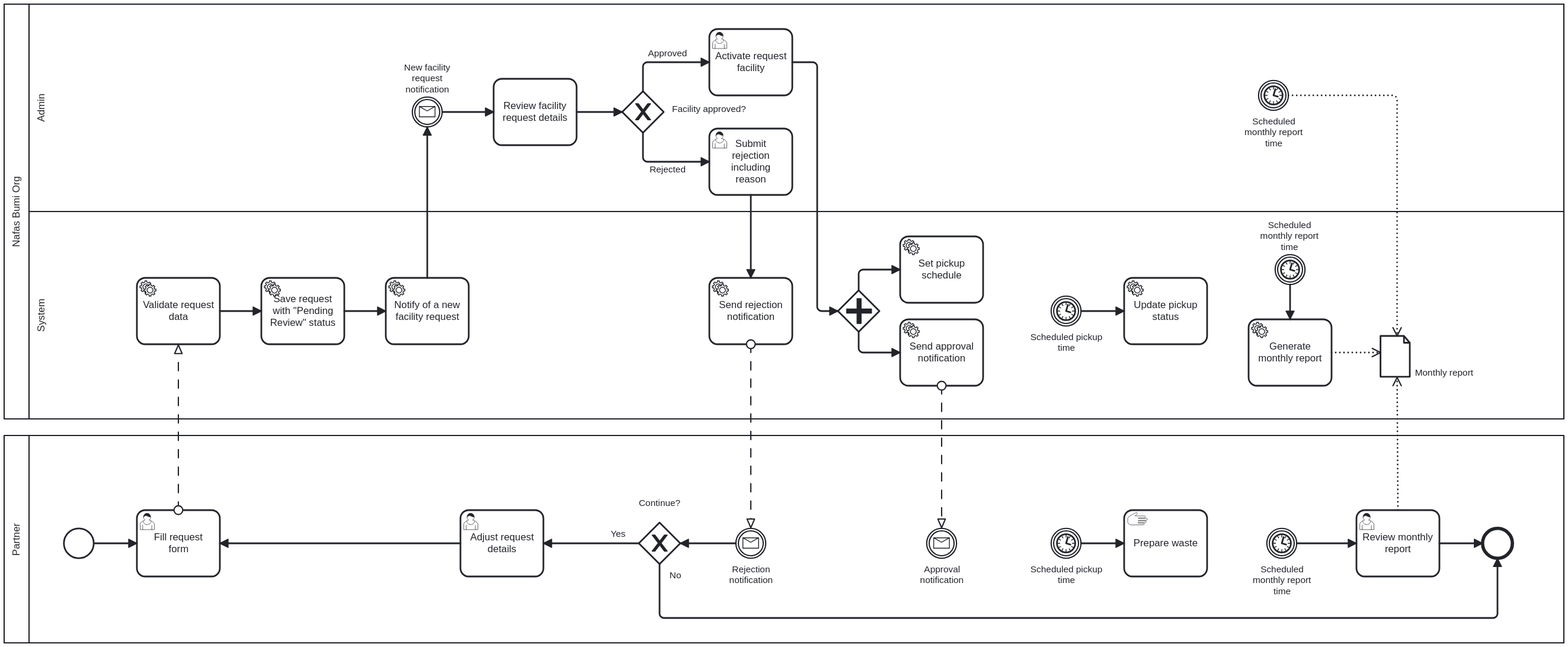
gede-wahyu/nafas-bumi keeps this BPMN diagram as docs/assets/bpmn/collect-facility-service.svg. Above is the earlier version. Its source is kept beside it as docs/assets/bpmn/collect-facility-service.bpmn. Ids are renumbered.
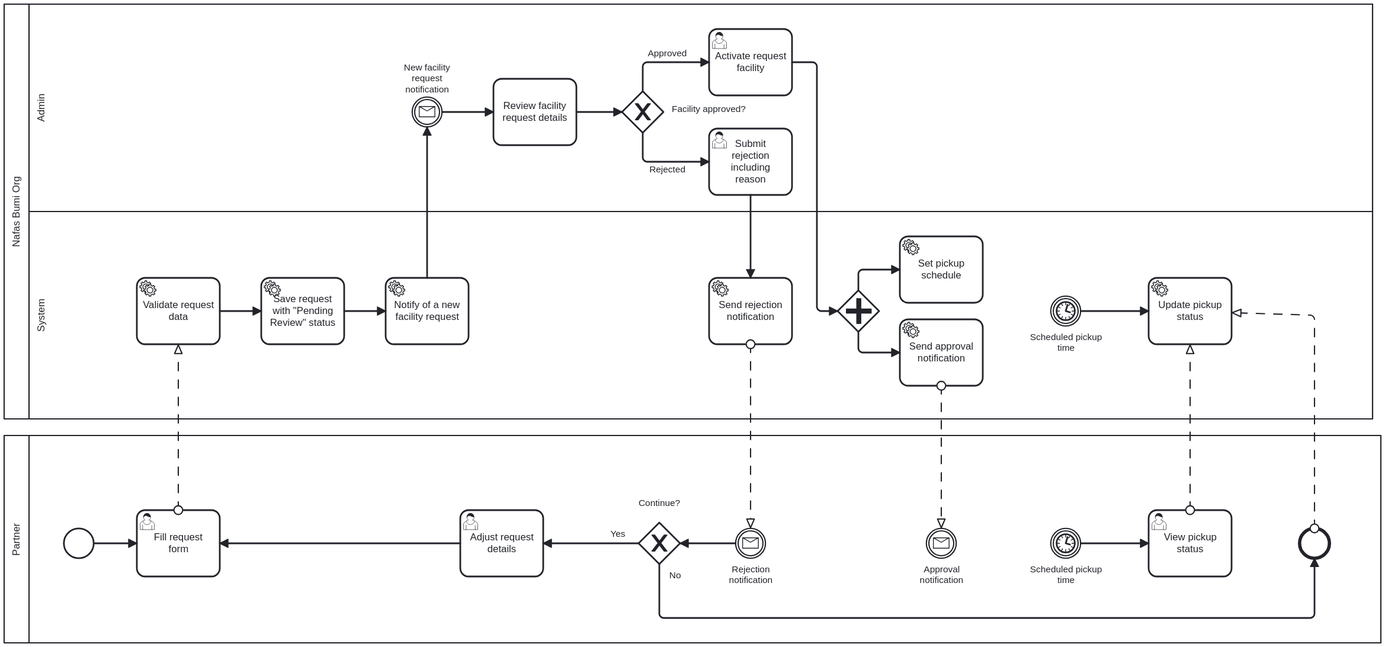
The same file after the commit.

Commit message:
docs: Add collect facility service BPMN diagram.

Change to the diagram source:
```diff
@@ -5,6 +5,8 @@
     <bpmn:messageFlow id="Flow_n7" sourceRef="Activity_n8" targetRef="Activity_n9" />
     <bpmn:messageFlow id="Flow_n10" sourceRef="Activity_n11" targetRef="Event_n12" />
     <bpmn:messageFlow id="Flow_n13" sourceRef="Activity_n14" targetRef="Event_n15" />
+    <bpmn:messageFlow id="Flow_n79" sourceRef="Activity_n63" targetRef="Activity_n29" />
+    <bpmn:messageFlow id="Flow_n80" sourceRef="Event_n65" targetRef="Activity_n29" />
   </bpmn:collaboration>
   <bpmn:process id="Process_n4" isExecutable="false">
     <bpmn:laneSet id="LaneSet_n16">
@@ -14,7 +16,6 @@
         <bpmn:flowNodeRef>Gateway_n20</bpmn:flowNodeRef>
         <bpmn:flowNodeRef>Activity_n21</bpmn:flowNodeRef>
         <bpmn:flowNodeRef>Activity_n22</bpmn:flowNodeRef>
-        <bpmn:flowNodeRef>Event_n23</bpmn:flowNodeRef>
       </bpmn:lane>
       <bpmn:lane id="Lane_n24" name="System">
         <bpmn:flowNodeRef>Activity_n9</bpmn:flowNodeRef>
@@ -24,10 +25,8 @@
         <bpmn:flowNodeRef>Gateway_n27</bpmn:flowNodeRef>
         <bpmn:flowNodeRef>Activity_n28</bpmn:flowNodeRef>
         <bpmn:flowNodeRef>Activity_n14</bpmn:flowNodeRef>
+        <bpmn:flowNodeRef>Event_n30</bpmn:flowNodeRef>
         <bpmn:flowNodeRef>Activity_n29</bpmn:flowNodeRef>
-        <bpmn:flowNodeRef>Event_n30</bpmn:flowNodeRef>
-        <bpmn:flowNodeRef>Activity_n31</bpmn:flowNodeRef>
-        <bpmn:flowNodeRef>Event_n32</bpmn:flowNodeRef>
       </bpmn:lane>
     </bpmn:laneSet>
     <bpmn:sequenceFlow id="Flow_n33" sourceRef="Activity_n9" targetRef="Activity_n25" />
@@ -89,32 +88,13 @@
       <bpmn:incoming>Flow_n44</bpmn:incoming>
     </bpmn:serviceTask>
     <bpmn:intermediateCatchEvent id="Event_n30" name="Scheduled pickup time">
-      <bpmn:outgoing>Flow_n45</bpmn:outgoing>
+      <bpmn:outgoing>Flow_n81</bpmn:outgoing>
       <bpmn:timerEventDefinition id="TimerEventDefinition_n46" />
     </bpmn:intermediateCatchEvent>
-    <bpmn:sequenceFlow id="Flow_n45" sourceRef="Event_n30" targetRef="Activity_n29" />
+    <bpmn:sequenceFlow id="Flow_n81" sourceRef="Event_n30" targetRef="Activity_n29" />
     <bpmn:serviceTask id="Activity_n29" name="Update pickup status">
-      <bpmn:incoming>Flow_n45</bpmn:incoming>
+      <bpmn:incoming>Flow_n81</bpmn:incoming>
     </bpmn:serviceTask>
-    <bpmn:sequenceFlow id="Flow_n47" sourceRef="Event_n32" targetRef="Activity_n31" />
-    <bpmn:intermediateCatchEvent id="Event_n23" name="Scheduled monthly report time">
-      <bpmn:dataOutputAssociation id="DataOutputAssociation_n48">
-        <bpmn:targetRef>DataObjectReference_n49</bpmn:targetRef>
-      </bpmn:dataOutputAssociation>
-      <bpmn:timerEventDefinition id="TimerEventDefinition_n50" />
-    </bpmn:intermediateCatchEvent>
-    <bpmn:serviceTask id="Activity_n31" name="Generate monthly report">
-      <bpmn:incoming>Flow_n47</bpmn:incoming>
-      <bpmn:dataOutputAssociation id="DataOutputAssociation_n51">
-        <bpmn:targetRef>DataObjectReference_n49</bpmn:targetRef>
-      </bpmn:dataOutputAssociation>
-    </bpmn:serviceTask>
-    <bpmn:intermediateCatchEvent id="Event_n32" name="Scheduled monthly report time">
-      <bpmn:outgoing>Flow_n47</bpmn:outgoing>
-      <bpmn:timerEventDefinition id="TimerEventDefinition_n52" />
-    </bpmn:intermediateCatchEvent>
-    <bpmn:dataObjectReference id="DataObjectReference_n49" name="Monthly report" dataObjectRef="DataObject_n53" />
-    <bpmn:dataObject id="DataObject_n53" />
   </bpmn:process>
   <bpmn:process id="Process_n6">
     <bpmn:startEvent id="Event_n54">
@@ -133,24 +113,6 @@
     <bpmn:intermediateCatchEvent id="Event_n15" name="Approval notification">
       <bpmn:messageEventDefinition id="MessageEventDefinition_n60" />
     </bpmn:intermediateCatchEvent>
-    <bpmn:sequenceFlow id="Flow_n61" sourceRef="Event_n62" targetRef="Activity_n63" />
-    <bpmn:intermediateCatchEvent id="Event_n62" name="Scheduled pickup time">
-      <bpmn:outgoing>Flow_n61</bpmn:outgoing>
-      <bpmn:timerEventDefinition id="TimerEventDefinition_n64" />
-    </bpmn:intermediateCatchEvent>
-    <bpmn:manualTask id="Activity_n63" name="Prepare waste">
-      <bpmn:incoming>Flow_n61</bpmn:incoming>
-    </bpmn:manualTask>
-    <bpmn:endEvent id="Event_n65">
-      <bpmn:incoming>Flow_n66</bpmn:incoming>
-      <bpmn:incoming>Flow_n67</bpmn:incoming>
-    </bpmn:endEvent>
-    <bpmn:sequenceFlow id="Flow_n66" sourceRef="Activity_n68" targetRef="Event_n65" />
-    <bpmn:intermediateCatchEvent id="Event_n69" name="Scheduled monthly report time">
-      <bpmn:outgoing>Flow_n70</bpmn:outgoing>
-      <bpmn:timerEventDefinition id="TimerEventDefinition_n71" />
-    </bpmn:intermediateCatchEvent>
-    <bpmn:sequenceFlow id="Flow_n70" sourceRef="Event_n69" targetRef="Activity_n68" />
     <bpmn:sequenceFlow id="Flow_n67" name="No" sourceRef="Gateway_n72" targetRef="Event_n65" />
     <bpmn:sequenceFlow id="Flow_n57" sourceRef="Event_n12" targetRef="Gateway_n72" />
     <bpmn:userTask id="Activity_n59" name="Adjust request details">
@@ -163,26 +125,30 @@
       <bpmn:outgoing>Flow_n67</bpmn:outgoing>
       <bpmn:outgoing>Flow_n73</bpmn:outgoing>
     </bpmn:exclusiveGateway>
-    <bpmn:userTask id="Activity_n68" name="Review monthly report">
-      <bpmn:incoming>Flow_n70</bpmn:incoming>
-      <bpmn:outgoing>Flow_n66</bpmn:outgoing>
-      <bpmn:dataOutputAssociation id="DataOutputAssociation_n74">
-        <bpmn:targetRef>DataObjectReference_n49</bpmn:targetRef>
-      </bpmn:dataOutputAssociation>
+    <bpmn:intermediateCatchEvent id="Event_n82" name="Scheduled pickup time">
+      <bpmn:outgoing>Flow_n83</bpmn:outgoing>
+      <bpmn:timerEventDefinition id="TimerEventDefinition_n84" />
+    </bpmn:intermediateCatchEvent>
+    <bpmn:sequenceFlow id="Flow_n83" sourceRef="Event_n82" targetRef="Activity_n63" />
+    <bpmn:userTask id="Activity_n63" name="View pickup status">
+      <bpmn:incoming>Flow_n83</bpmn:incoming>
     </bpmn:userTask>
+    <bpmn:endEvent id="Event_n65">
+      <bpmn:incoming>Flow_n67</bpmn:incoming>
+    </bpmn:endEvent>
   </bpmn:process>
   <bpmndi:BPMNDiagram id="BPMNDiagram_1">
     <bpmndi:BPMNPlane id="BPMNPlane_1" bpmnElement="Collaboration_n2">
       <bpmndi:BPMNShape id="Participant_n3_di" bpmnElement="Participant_n3" isHorizontal="true">
-        <dc:Bounds x="160" y="80" width="1880" height="500" />
+        <dc:Bounds x="160" y="80" width="1650" height="500" />
+        <bpmndi:BPMNLabel />
+      </bpmndi:BPMNShape>
+      <bpmndi:BPMNShape id="Lane_n24_di" bpmnElement="Lane_n24" isHorizontal="true">
+        <dc:Bounds x="190" y="330" width="1620" height="250" />
         <bpmndi:BPMNLabel />
       </bpmndi:BPMNShape>
       <bpmndi:BPMNShape id="Lane_n17_di" bpmnElement="Lane_n17" isHorizontal="true">
-        <dc:Bounds x="190" y="80" width="1850" height="250" />
-        <bpmndi:BPMNLabel />
-      </bpmndi:BPMNShape>
-      <bpmndi:BPMNShape id="Lane_n24_di" bpmnElement="Lane_n24" isHorizontal="true">
-        <dc:Bounds x="190" y="330" width="1850" height="250" />
+        <dc:Bounds x="190" y="80" width="1620" height="250" />
         <bpmndi:BPMNLabel />
       </bpmndi:BPMNShape>
       <bpmndi:BPMNShape id="Activity_03optr0_di" bpmnElement="Activity_n9">
@@ -234,28 +200,7 @@
         </bpmndi:BPMNLabel>
       </bpmndi:BPMNShape>
       <bpmndi:BPMNShape id="Activity_0dk76d5_di" bpmnElement="Activity_n29">
-        <dc:Bounds x="1510" y="410" width="100" height="80" />
-      </bpmndi:BPMNShape>
-      <bpmndi:BPMNShape id="BPMNShape_n75" bpmnElement="Event_n23">
-        <dc:Bounds x="1672" y="172" width="36" height="36" />
-        <bpmndi:BPMNLabel>
-          <dc:Bounds x="1655" y="215" width="71" height="40" />
-        </bpmndi:BPMNLabel>
-      </bpmndi:BPMNShape>
-      <bpmndi:BPMNShape id="Activity_1cgrfkn_di" bpmnElement="Activity_n31">
-        <dc:Bounds x="1660" y="460" width="100" height="80" />
-      </bpmndi:BPMNShape>
-      <bpmndi:BPMNShape id="BPMNShape_n76" bpmnElement="Event_n32">
-        <dc:Bounds x="1692" y="382" width="36" height="36" />
-        <bpmndi:BPMNLabel>
-          <dc:Bounds x="1674" y="340" width="71" height="40" />
-        </bpmndi:BPMNLabel>
-      </bpmndi:BPMNShape>
-      <bpmndi:BPMNShape id="DataObjectReference_n49_di" bpmnElement="DataObjectReference_n49">
-        <dc:Bounds x="1819" y="480" width="36" height="50" />
-        <bpmndi:BPMNLabel>
-          <dc:Bounds x="1860.5" y="518" width="71" height="14" />
-        </bpmndi:BPMNLabel>
+        <dc:Bounds x="1540" y="410" width="100" height="80" />
       </bpmndi:BPMNShape>
       <bpmndi:BPMNEdge id="Flow_n33_di" bpmnElement="Flow_n33">
         <di:waypoint x="420" y="450" />
@@ -313,16 +258,12 @@
         <di:waypoint x="1190" y="500" />
         <di:waypoint x="1240" y="500" />
       </bpmndi:BPMNEdge>
-      <bpmndi:BPMNEdge id="Flow_n45_di" bpmnElement="Flow_n45">
+      <bpmndi:BPMNEdge id="Flow_n81_di" bpmnElement="Flow_n81">
         <di:waypoint x="1458" y="450" />
-        <di:waypoint x="1510" y="450" />
-      </bpmndi:BPMNEdge>
-      <bpmndi:BPMNEdge id="Flow_n47_di" bpmnElement="Flow_n47">
-        <di:waypoint x="1710" y="418" />
-        <di:waypoint x="1710" y="460" />
+        <di:waypoint x="1540" y="450" />
       </bpmndi:BPMNEdge>
       <bpmndi:BPMNShape id="Participant_n5_di" bpmnElement="Participant_n5" isHorizontal="true">
-        <dc:Bounds x="160" y="600" width="1880" height="250" />
+        <dc:Bounds x="160" y="600" width="1660" height="250" />
         <bpmndi:BPMNLabel />
       </bpmndi:BPMNShape>
       <bpmndi:BPMNShape id="Event_n54_di" bpmnElement="Event_n54">
@@ -343,24 +284,6 @@
           <dc:Bounds x="1264" y="755" width="53" height="27" />
         </bpmndi:BPMNLabel>
       </bpmndi:BPMNShape>
-      <bpmndi:BPMNShape id="BPMNShape_n77" bpmnElement="Event_n62">
-        <dc:Bounds x="1422" y="712" width="36" height="36" />
-        <bpmndi:BPMNLabel>
-          <dc:Bounds x="1397" y="755" width="87" height="27" />
-        </bpmndi:BPMNLabel>
-      </bpmndi:BPMNShape>
-      <bpmndi:BPMNShape id="Activity_1jnau0k_di" bpmnElement="Activity_n63">
-        <dc:Bounds x="1510" y="690" width="100" height="80" />
-      </bpmndi:BPMNShape>
-      <bpmndi:BPMNShape id="Event_n65_di" bpmnElement="Event_n65">
-        <dc:Bounds x="1942" y="712" width="36" height="36" />
-      </bpmndi:BPMNShape>
-      <bpmndi:BPMNShape id="BPMNShape_n78" bpmnElement="Event_n69">
-        <dc:Bounds x="1682" y="712" width="36" height="36" />
-        <bpmndi:BPMNLabel>
-          <dc:Bounds x="1665" y="755" width="71" height="40" />
-        </bpmndi:BPMNLabel>
-      </bpmndi:BPMNShape>
       <bpmndi:BPMNShape id="Activity_0n5dolp_di" bpmnElement="Activity_n59">
         <dc:Bounds x="710" y="690" width="100" height="80" />
       </bpmndi:BPMNShape>
@@ -370,8 +293,17 @@
           <dc:Bounds x="925" y="675" width="51" height="14" />
         </bpmndi:BPMNLabel>
       </bpmndi:BPMNShape>
-      <bpmndi:BPMNShape id="Activity_0sqkcaz_di" bpmnElement="Activity_n68">
-        <dc:Bounds x="1790" y="690" width="100" height="80" />
+      <bpmndi:BPMNShape id="BPMNShape_n85" bpmnElement="Event_n82">
+        <dc:Bounds x="1422" y="712" width="36" height="36" />
+        <bpmndi:BPMNLabel>
+          <dc:Bounds x="1397" y="755" width="87" height="27" />
+        </bpmndi:BPMNLabel>
+      </bpmndi:BPMNShape>
+      <bpmndi:BPMNShape id="Activity_0v3t9uk_di" bpmnElement="Activity_n63">
+        <dc:Bounds x="1540" y="690" width="100" height="80" />
+      </bpmndi:BPMNShape>
+      <bpmndi:BPMNShape id="Event_n65_di" bpmnElement="Event_n65">
+        <dc:Bounds x="1722" y="712" width="36" height="36" />
       </bpmndi:BPMNShape>
       <bpmndi:BPMNEdge id="Flow_n55_di" bpmnElement="Flow_n55">
         <di:waypoint x="268" y="730" />
@@ -381,26 +313,18 @@
         <di:waypoint x="710" y="730" />
         <di:waypoint x="420" y="730" />
       </bpmndi:BPMNEdge>
-      <bpmndi:BPMNEdge id="Flow_n61_di" bpmnElement="Flow_n61">
-        <di:waypoint x="1458" y="730" />
-        <di:waypoint x="1510" y="730" />
-      </bpmndi:BPMNEdge>
-      <bpmndi:BPMNEdge id="Flow_n66_di" bpmnElement="Flow_n66">
-        <di:waypoint x="1890" y="730" />
-        <di:waypoint x="1942" y="730" />
-      </bpmndi:BPMNEdge>
-      <bpmndi:BPMNEdge id="Flow_n70_di" bpmnElement="Flow_n70">
-        <di:waypoint x="1718" y="730" />
-        <di:waypoint x="1790" y="730" />
-      </bpmndi:BPMNEdge>
       <bpmndi:BPMNEdge id="Flow_n67_di" bpmnElement="Flow_n67">
         <di:waypoint x="950" y="755" />
         <di:waypoint x="950" y="820" />
-        <di:waypoint x="1960" y="820" />
-        <di:waypoint x="1960" y="748" />
+        <di:waypoint x="1740" y="820" />
+        <di:waypoint x="1740" y="748" />
         <bpmndi:BPMNLabel>
           <dc:Bounds x="962" y="762" width="15" height="14" />
         </bpmndi:BPMNLabel>
+      </bpmndi:BPMNEdge>
+      <bpmndi:BPMNEdge id="Flow_n57_di" bpmnElement="Flow_n57">
+        <di:waypoint x="1042" y="730" />
+        <di:waypoint x="975" y="730" />
       </bpmndi:BPMNEdge>
       <bpmndi:BPMNEdge id="Flow_n73_di" bpmnElement="Flow_n73">
         <di:waypoint x="925" y="730" />
@@ -409,9 +333,9 @@
           <dc:Bounds x="891" y="712" width="18" height="14" />
         </bpmndi:BPMNLabel>
       </bpmndi:BPMNEdge>
-      <bpmndi:BPMNEdge id="Flow_n57_di" bpmnElement="Flow_n57">
-        <di:waypoint x="1042" y="730" />
-        <di:waypoint x="975" y="730" />
+      <bpmndi:BPMNEdge id="Flow_n83_di" bpmnElement="Flow_n83">
+        <di:waypoint x="1458" y="730" />
+        <di:waypoint x="1540" y="730" />
       </bpmndi:BPMNEdge>
       <bpmndi:BPMNEdge id="Flow_n7_di" bpmnElement="Flow_n7">
         <di:waypoint x="370" y="690" />
@@ -425,18 +349,14 @@
         <di:waypoint x="1290" y="540" />
         <di:waypoint x="1290" y="712" />
       </bpmndi:BPMNEdge>
-      <bpmndi:BPMNEdge id="DataOutputAssociation_n51_di" bpmnElement="DataOutputAssociation_n51">
-        <di:waypoint x="1760" y="500" />
-        <di:waypoint x="1819" y="500" />
+      <bpmndi:BPMNEdge id="Flow_n79_di" bpmnElement="Flow_n79">
+        <di:waypoint x="1590" y="690" />
+        <di:waypoint x="1590" y="490" />
       </bpmndi:BPMNEdge>
-      <bpmndi:BPMNEdge id="DataOutputAssociation_n74_di" bpmnElement="DataOutputAssociation_n74">
-        <di:waypoint x="1840" y="690" />
-        <di:waypoint x="1839" y="530" />
-      </bpmndi:BPMNEdge>
-      <bpmndi:BPMNEdge id="DataOutputAssociation_n48_di" bpmnElement="DataOutputAssociation_n48">
-        <di:waypoint x="1708" y="190" />
-        <di:waypoint x="1839" y="190" />
-        <di:waypoint x="1839" y="480" />
+      <bpmndi:BPMNEdge id="Flow_n80_di" bpmnElement="Flow_n80">
+        <di:waypoint x="1740" y="712" />
+        <di:waypoint x="1740" y="455" />
+        <di:waypoint x="1640" y="452" />
       </bpmndi:BPMNEdge>
     </bpmndi:BPMNPlane>
   </bpmndi:BPMNDiagram>
```
